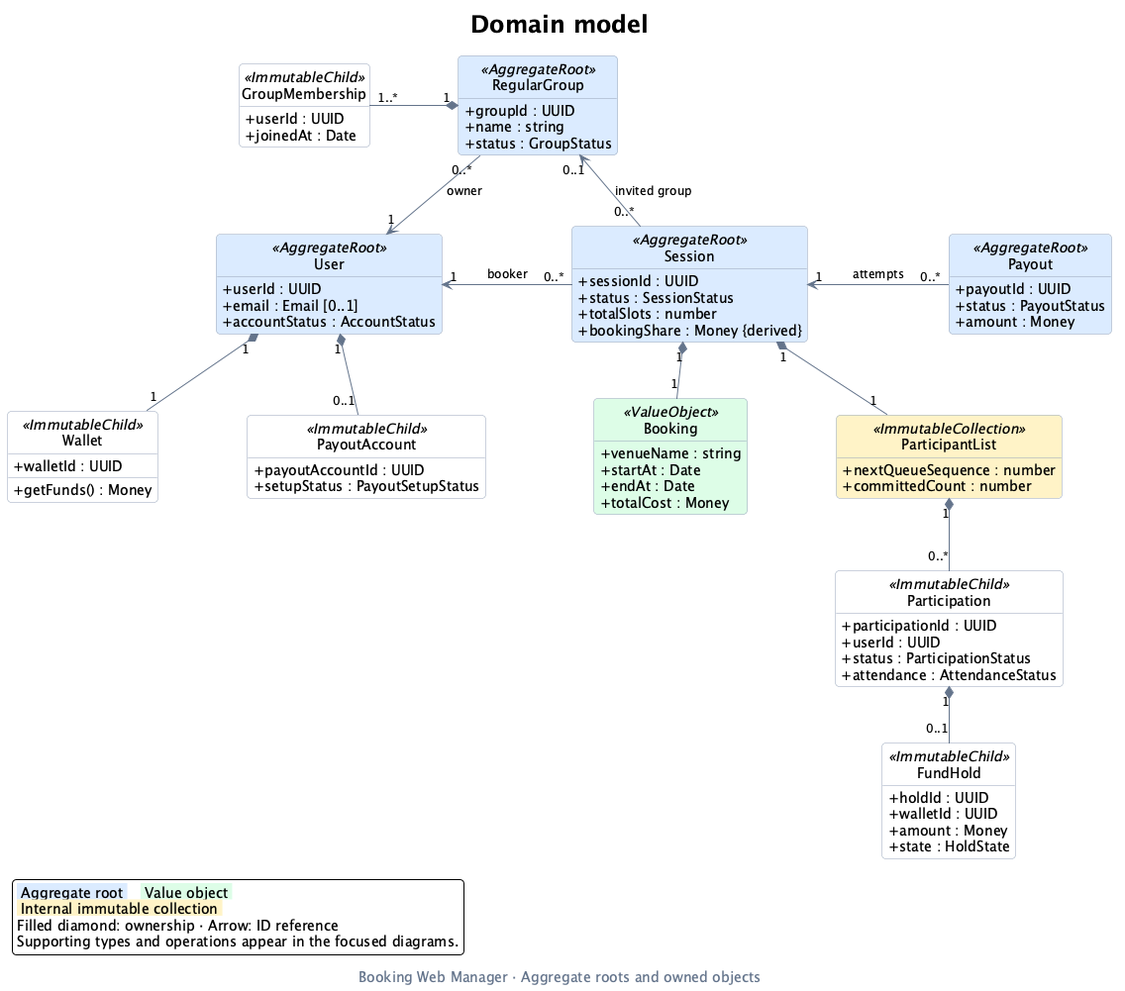
Above: docs/assets/domain-class-diagram.png in rbrishi15/booking-web-manager (PlantUML), before the change.
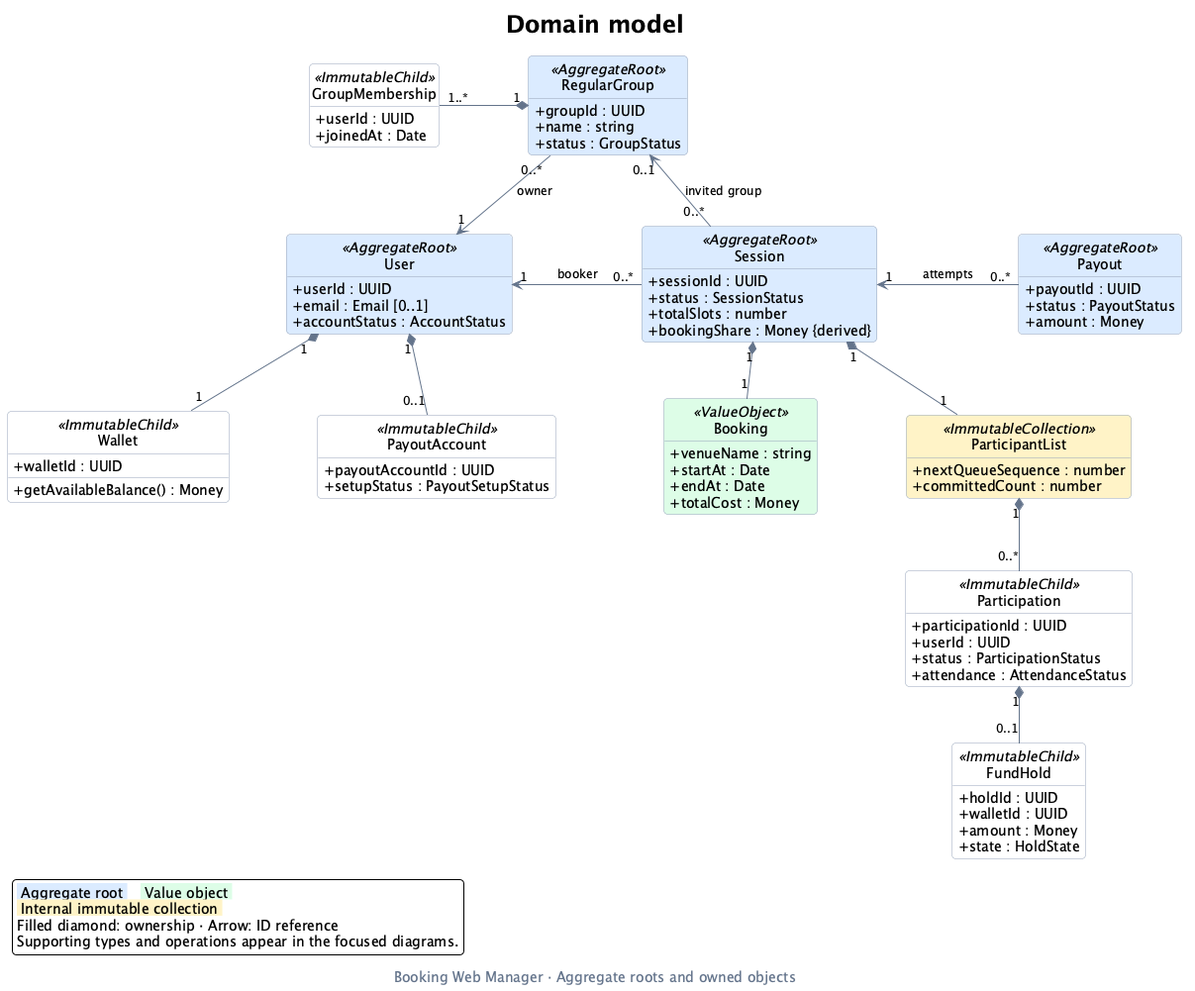
Later version of the same file.

What changed in the source:
```diff
@@ -47,7 +47,7 @@
 }
 class Wallet <<ImmutableChild>> {
   +walletId : UUID
-  +getFunds() : Money
+  +getAvailableBalance() : Money
 }
 class PayoutAccount <<ImmutableChild>> {
   +payoutAccountId : UUID
```
